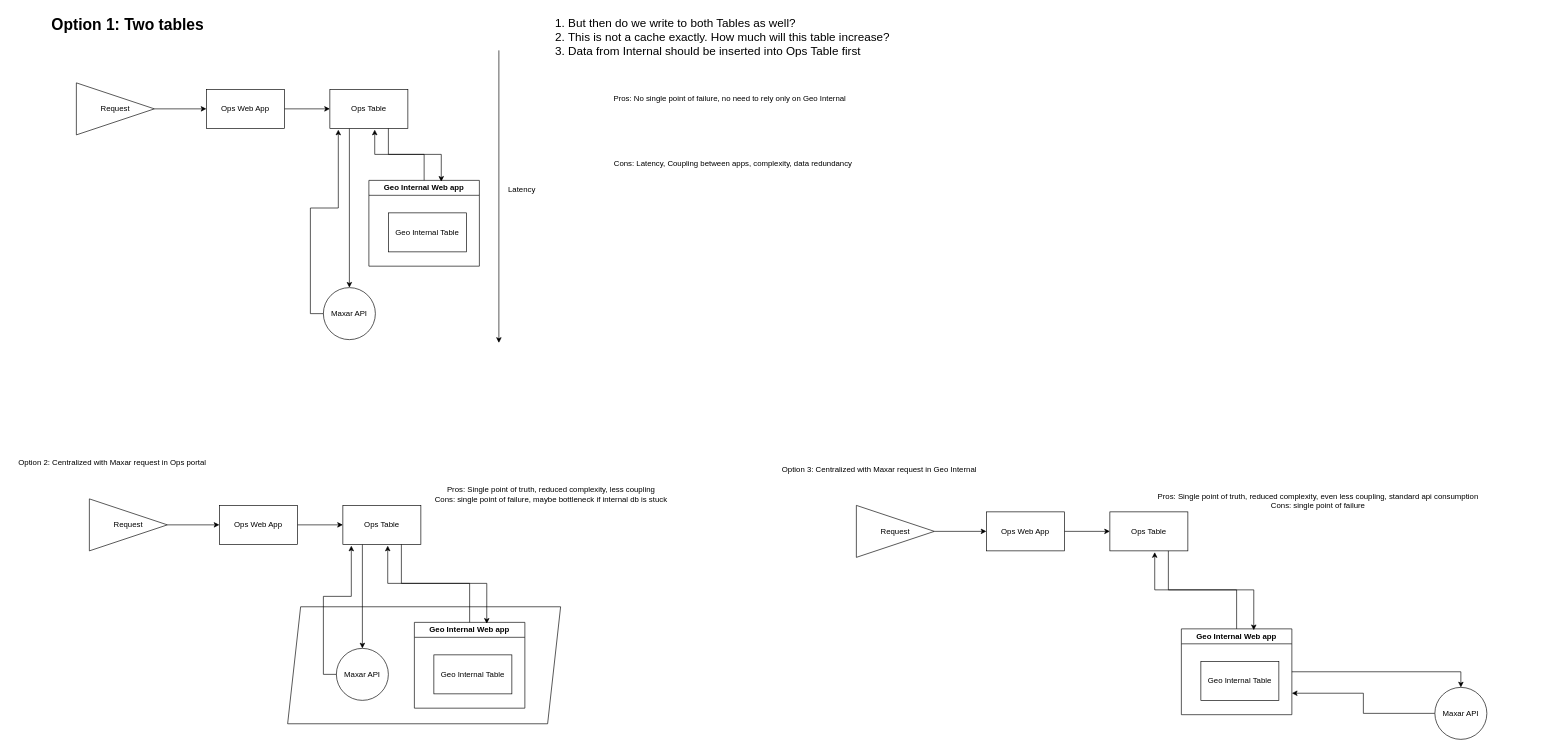
Before: Untitled Diagram.drawio in DimVashkov/DimVashkov, a draw.io diagram. Source tidied: cells renumbered, new cells numbered last; positions are measured from the earlier drawing's top-left corner, leaving out a move shared by most shapes. Both pictures are drawn from the tidied source at 65%, with x=0, y=0 at pixel (11, 11).
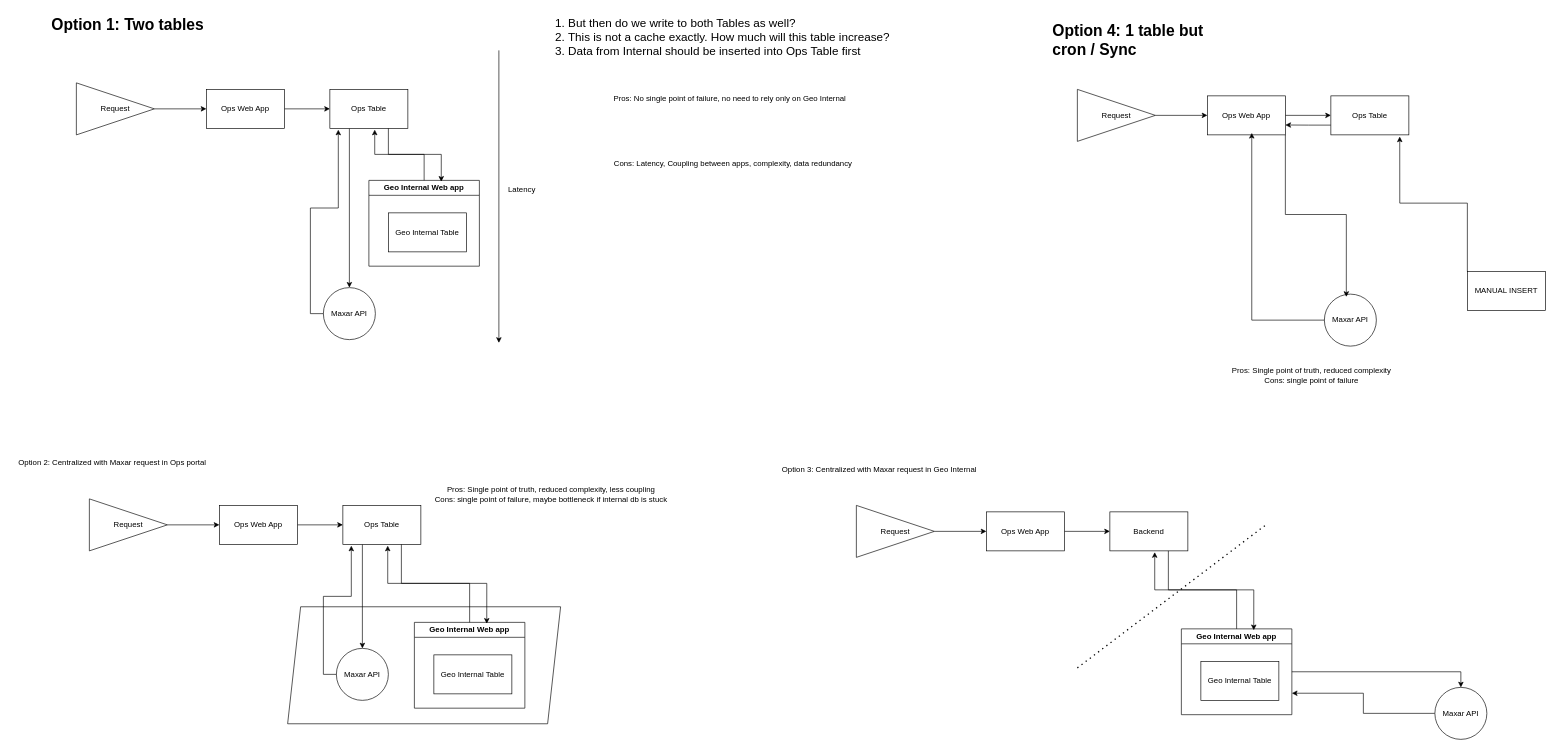
After the change.

The edit, as a diff of the source:
```diff
@@
-    <mxCell id="38" value="Ops Table" style="rounded=0;whiteSpace=wrap;html=1;" parent="1" vertex="1">
+    <mxCell id="38" value="Backend" style="rounded=0;whiteSpace=wrap;html=1;" parent="1" vertex="1">
       <mxGeometry x="1690" y="770" width="120" height="60" as="geometry" />
     </mxCell>
@@
-    <mxCell id="48" value="Pros: Single point of truth, reduced complexity, even less coupling, standard api consumption&lt;div&gt;Cons: single point of failure&lt;/div&gt;" style="text;html=1;align=center;verticalAlign=middle;strokeColor=none;fillColor=none;" parent="1" vertex="1">
-      <mxGeometry x="1750" y="733" width="520" height="40" as="geometry" />
+    <mxCell id="48" value="Pros: Single point of truth, reduced complexity&lt;div&gt;&lt;span style=&quot;background-color: initial;&quot;&gt;Cons: single point of failure&lt;/span&gt;&lt;/div&gt;" style="text;html=1;align=center;verticalAlign=middle;strokeColor=none;fillColor=none;" parent="1" vertex="1">
+      <mxGeometry x="1865" y="540" width="270" height="40" as="geometry" />
     </mxCell>
+    <mxCell id="49" style="endArrow=none;dashed=1;html=1;dashPattern=1 3;strokeWidth=2;rounded=0;" parent="1" edge="1">
+      <mxGeometry relative="1" as="geometry">
+        <mxPoint x="1640" y="1010" as="sourcePoint" />
+        <mxPoint x="1930" y="790" as="targetPoint" />
+      </mxGeometry>
+    </mxCell>
+    <mxCell id="50" style="edgeStyle=orthogonalEdgeStyle;rounded=0;jettySize=auto;html=1;exitX=1;exitY=0.5;exitDx=0;exitDy=0;entryX=0;entryY=0.5;entryDx=0;entryDy=0;" parent="1" edge="1" source="51" target="57">
+      <mxGeometry relative="1" as="geometry" />
+    </mxCell>
+    <mxCell id="51" value="Request" style="triangle;whiteSpace=wrap;html=1;" parent="1" vertex="1">
+      <mxGeometry x="1640" y="120" width="120" height="80" as="geometry" />
+    </mxCell>
+    <mxCell id="52" value="&lt;h1 style=&quot;margin-top: 0px;&quot;&gt;Option 4: 1 table but cron / Sync&lt;/h1&gt;" style="text;html=1;whiteSpace=wrap;overflow=hidden;rounded=0;" parent="1" vertex="1">
+      <mxGeometry x="1600" y="10" width="270" height="120" as="geometry" />
+    </mxCell>
+    <mxCell id="53" style="edgeStyle=orthogonalEdgeStyle;rounded=0;jettySize=auto;html=1;exitX=0;exitY=0.75;exitDx=0;exitDy=0;" parent="1" edge="1" source="54">
+      <mxGeometry relative="1" as="geometry">
+        <mxPoint x="1960" y="174.8" as="targetPoint" />
+      </mxGeometry>
+    </mxCell>
+    <mxCell id="54" value="Ops Table" style="rounded=0;whiteSpace=wrap;html=1;" parent="1" vertex="1">
+      <mxGeometry x="2030" y="130" width="120" height="60" as="geometry" />
+    </mxCell>
+    <mxCell id="55" value="Maxar API" style="ellipse;whiteSpace=wrap;html=1;" parent="1" vertex="1">
+      <mxGeometry x="2020" y="435" width="80" height="80" as="geometry" />
+    </mxCell>
+    <mxCell id="56" style="edgeStyle=orthogonalEdgeStyle;rounded=0;jettySize=auto;html=1;exitX=1;exitY=0.5;exitDx=0;exitDy=0;entryX=0;entryY=0.5;entryDx=0;entryDy=0;" parent="1" edge="1" source="57" target="54">
+      <mxGeometry relative="1" as="geometry" />
+    </mxCell>
+    <mxCell id="57" value="Ops Web App" style="rounded=0;whiteSpace=wrap;html=1;" parent="1" vertex="1">
+      <mxGeometry x="1840" y="130" width="120" height="60" as="geometry" />
+    </mxCell>
+    <mxCell id="58" style="edgeStyle=orthogonalEdgeStyle;rounded=0;jettySize=auto;html=1;exitX=0;exitY=0.5;exitDx=0;exitDy=0;entryX=0.569;entryY=0.95;entryDx=0;entryDy=0;entryPerimeter=0;" parent="1" edge="1" source="55" target="57">
+      <mxGeometry relative="1" as="geometry" />
+    </mxCell>
+    <mxCell id="59" value="MANUAL INSERT" style="rounded=0;whiteSpace=wrap;html=1;" parent="1" vertex="1">
+      <mxGeometry x="2240" y="400" width="120" height="60" as="geometry" />
+    </mxCell>
+    <mxCell id="60" style="edgeStyle=orthogonalEdgeStyle;rounded=0;jettySize=auto;html=1;exitX=0;exitY=0;exitDx=0;exitDy=0;entryX=0.883;entryY=1.043;entryDx=0;entryDy=0;entryPerimeter=0;" parent="1" edge="1" source="59" target="54">
+      <mxGeometry relative="1" as="geometry" />
+    </mxCell>
+    <mxCell id="61" style="edgeStyle=orthogonalEdgeStyle;rounded=0;jettySize=auto;html=1;exitX=1;exitY=1;exitDx=0;exitDy=0;entryX=0.422;entryY=0.053;entryDx=0;entryDy=0;entryPerimeter=0;" parent="1" edge="1" source="57" target="55">
+      <mxGeometry relative="1" as="geometry" />
+    </mxCell>
```
